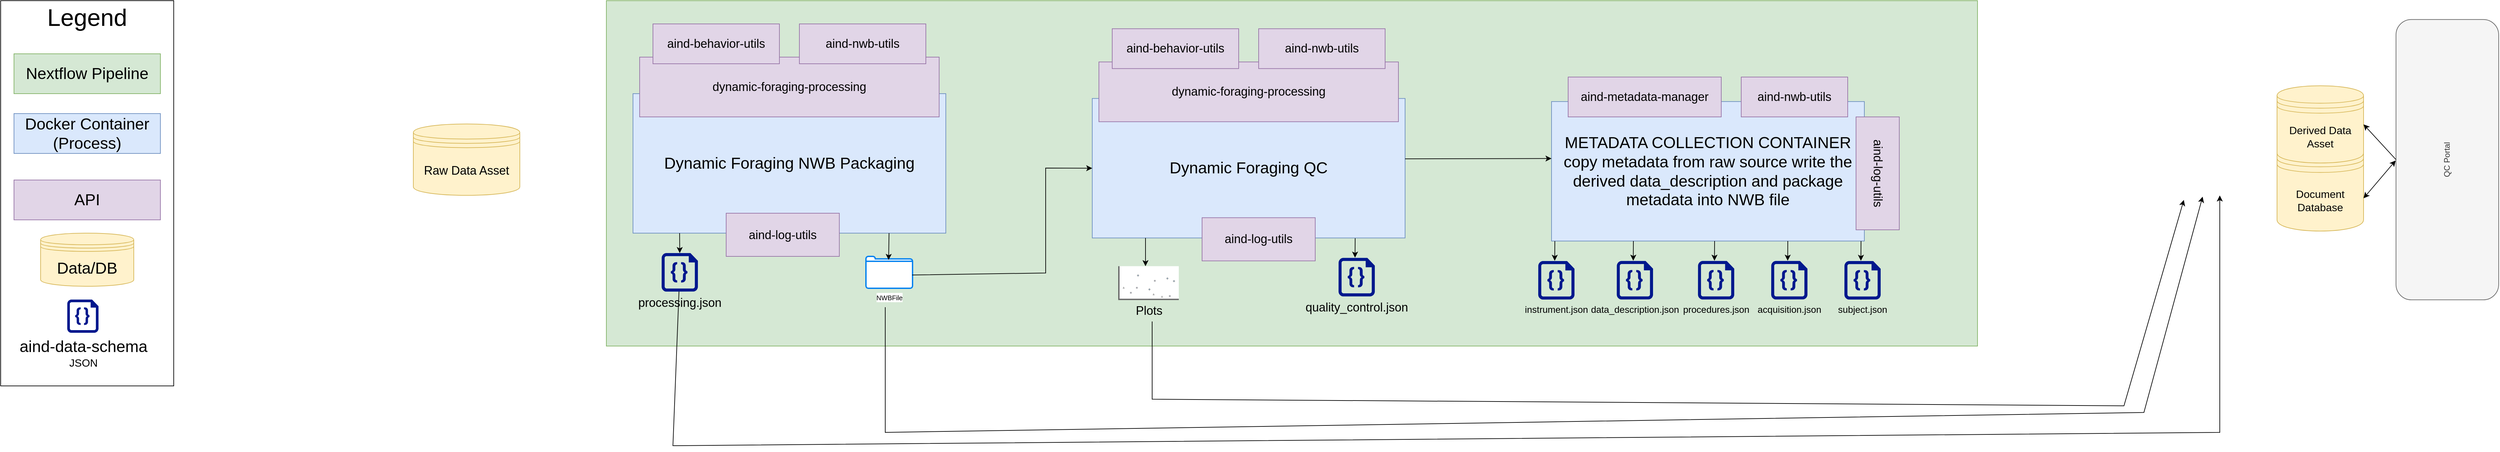
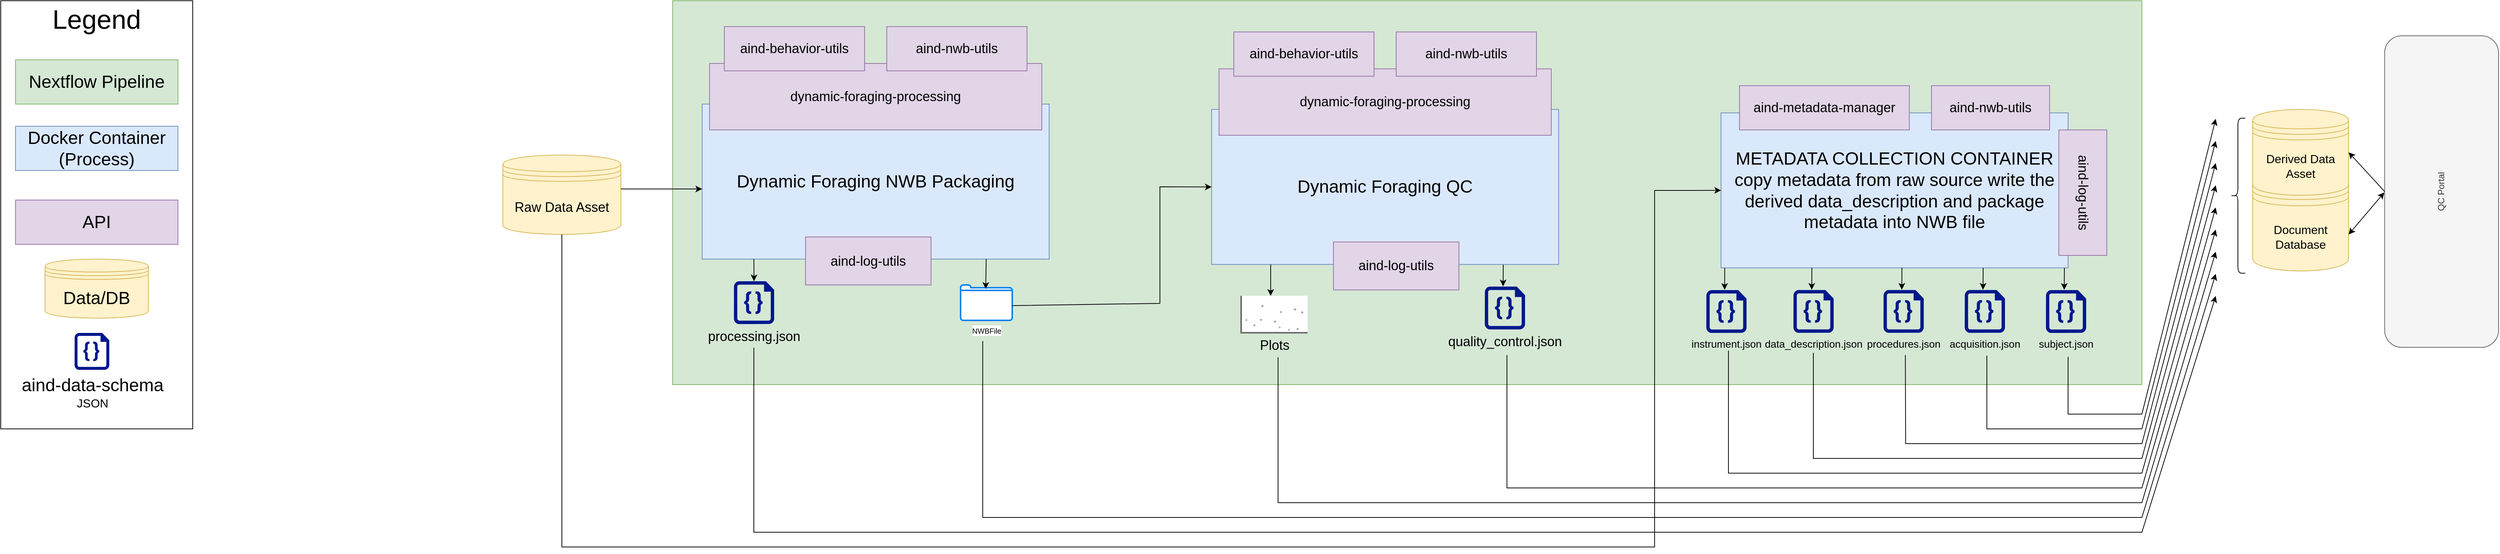
<mxfile host="Electron" agent="Mozilla/5.0 (Windows NT 10.0; Win64; x64) AppleWebKit/537.36 (KHTML, like Gecko) draw.io/29.2.9 Chrome/140.0.7339.249 Electron/38.7.2 Safari/537.36" version="29.2.9">
  <diagram name="Page-1" id="vGwxghS2Jf0l3ObwOOUD">
-     <mxGraphModel dx="1209" dy="917" grid="1" gridSize="10" guides="1" tooltips="1" connect="1" arrows="1" fold="1" page="1" pageScale="1" pageWidth="850" pageHeight="1100" math="0" shadow="0">
+     <mxGraphModel dx="2376" dy="1311" grid="1" gridSize="10" guides="1" tooltips="1" connect="1" arrows="1" fold="1" page="1" pageScale="1" pageWidth="850" pageHeight="1100" math="0" shadow="0">
      <root>
        <mxCell id="0" />
        <mxCell id="1" parent="0" />
        <mxCell id="ucD0ku87yjtAbwI87e6s-2" parent="1" style="rounded=0;whiteSpace=wrap;html=1;fillColor=#d5e8d4;strokeColor=#82b366;" value="" vertex="1">
-           <mxGeometry height="520" width="2060" x="1430" y="360" as="geometry" />
+           <mxGeometry height="520" width="1990" x="1430" y="360" as="geometry" />
        </mxCell>
        <mxCell id="ucD0ku87yjtAbwI87e6s-4" parent="1" style="shape=datastore;whiteSpace=wrap;html=1;fillColor=#fff2cc;strokeColor=#d6b656;" value="&lt;font style=&quot;font-size: 18px;&quot;&gt;Raw Data Asset&lt;/font&gt;" vertex="1">
-           <mxGeometry height="107.5" width="160" x="1140" y="545.6" as="geometry" />
+           <mxGeometry height="107.5" width="160" x="1200" y="568.97" as="geometry" />
        </mxCell>
        <mxCell id="ucD0ku87yjtAbwI87e6s-8" parent="1" style="rounded=0;whiteSpace=wrap;html=1;fillColor=#dae8fc;strokeColor=#6c8ebf;" value="&lt;span style=&quot;font-size: 24px;&quot;&gt;METADATA COLLECTION CONTAINER&lt;/span&gt;&lt;br&gt;&lt;div&gt;&lt;font style=&quot;font-size: 24px;&quot;&gt;copy metadata from raw source write the derived data_description and package metadata into NWB file&lt;/font&gt;&lt;/div&gt;" vertex="1">
          <mxGeometry height="210" width="470" x="2850" y="511.88" as="geometry" />
        </mxCell>
        <mxCell id="ucD0ku87yjtAbwI87e6s-9" parent="1" style="rounded=0;whiteSpace=wrap;html=1;fillColor=#e1d5e7;strokeColor=#9673a6;" value="&lt;font style=&quot;font-size: 18px;&quot;&gt;aind-metadata-manager&lt;/font&gt;" vertex="1">
          <mxGeometry height="60" width="230" x="2875" y="475" as="geometry" />
        </mxCell>
        <mxCell id="ucD0ku87yjtAbwI87e6s-10" parent="1" style="rounded=0;whiteSpace=wrap;html=1;rotation=90;fillColor=#e1d5e7;strokeColor=#9673a6;" value="&lt;font style=&quot;font-size: 18px;&quot;&gt;aind-log-utils&lt;/font&gt;" vertex="1">
          <mxGeometry height="65" width="170" x="3255" y="587.5" as="geometry" />
        </mxCell>
        <mxCell id="ucD0ku87yjtAbwI87e6s-11" parent="1" style="rounded=0;whiteSpace=wrap;html=1;fillColor=#e1d5e7;strokeColor=#9673a6;" value="&lt;font style=&quot;font-size: 18px;&quot;&gt;aind-nwb-utils&lt;/font&gt;" vertex="1">
          <mxGeometry height="60" width="160" x="3135" y="475" as="geometry" />
        </mxCell>
        <mxCell id="ucD0ku87yjtAbwI87e6s-12" connectable="0" parent="1" style="group;fillColor=#fff2cc;strokeColor=#d6b656;" value="" vertex="1">
          <mxGeometry height="580" width="260" x="520" y="360" as="geometry" />
        </mxCell>
        <mxCell id="ucD0ku87yjtAbwI87e6s-13" parent="ucD0ku87yjtAbwI87e6s-12" style="rounded=0;whiteSpace=wrap;html=1;" value="" vertex="1">
          <mxGeometry height="580" width="260" as="geometry" />
        </mxCell>
        <mxCell id="ucD0ku87yjtAbwI87e6s-14" parent="ucD0ku87yjtAbwI87e6s-12" style="text;html=1;whiteSpace=wrap;strokeColor=none;fillColor=none;align=center;verticalAlign=middle;rounded=0;" value="&lt;font style=&quot;font-size: 36px;&quot;&gt;Legend&lt;/font&gt;" vertex="1">
          <mxGeometry height="30" width="60" x="100" y="10" as="geometry" />
        </mxCell>
        <mxCell id="ucD0ku87yjtAbwI87e6s-15" parent="ucD0ku87yjtAbwI87e6s-12" style="rounded=0;whiteSpace=wrap;html=1;fillColor=#d5e8d4;strokeColor=#82b366;" value="&lt;font style=&quot;font-size: 24px;&quot;&gt;Nextflow Pipeline&lt;/font&gt;" vertex="1">
          <mxGeometry height="60" width="220" x="20" y="80" as="geometry" />
        </mxCell>
        <mxCell id="ucD0ku87yjtAbwI87e6s-16" parent="ucD0ku87yjtAbwI87e6s-12" style="rounded=0;whiteSpace=wrap;html=1;fillColor=#dae8fc;strokeColor=#6c8ebf;" value="&lt;font style=&quot;font-size: 24px;&quot;&gt;Docker Container (Process)&lt;/font&gt;" vertex="1">
          <mxGeometry height="60" width="220" x="20" y="170" as="geometry" />
        </mxCell>
        <mxCell id="ucD0ku87yjtAbwI87e6s-17" parent="ucD0ku87yjtAbwI87e6s-12" style="rounded=0;whiteSpace=wrap;html=1;fillColor=#e1d5e7;strokeColor=#9673a6;" value="&lt;font style=&quot;font-size: 24px;&quot;&gt;API&lt;/font&gt;" vertex="1">
          <mxGeometry height="60" width="220" x="20" y="270" as="geometry" />
        </mxCell>
        <mxCell id="ucD0ku87yjtAbwI87e6s-18" parent="ucD0ku87yjtAbwI87e6s-12" style="shape=datastore;whiteSpace=wrap;html=1;fillColor=#fff2cc;strokeColor=#d6b656;" value="&lt;font style=&quot;font-size: 24px;&quot;&gt;Data/DB&lt;/font&gt;" vertex="1">
          <mxGeometry height="80" width="140" x="60" y="350" as="geometry" />
        </mxCell>
        <mxCell id="ucD0ku87yjtAbwI87e6s-19" parent="ucD0ku87yjtAbwI87e6s-12" style="sketch=0;aspect=fixed;pointerEvents=1;shadow=0;dashed=0;html=1;strokeColor=none;labelPosition=center;verticalLabelPosition=bottom;verticalAlign=top;align=center;fillColor=#00188D;shape=mxgraph.azure.code_file" value="&lt;font style=&quot;font-size: 24px;&quot;&gt;aind-data-schema&lt;/font&gt;&lt;div&gt;&lt;font size=&quot;3&quot;&gt;JSON&lt;/font&gt;&lt;/div&gt;" vertex="1">
          <mxGeometry height="50" width="47" x="100" y="450" as="geometry" />
        </mxCell>
        <mxCell id="ucD0ku87yjtAbwI87e6s-22" parent="1" style="rounded=0;whiteSpace=wrap;html=1;fillColor=#dae8fc;strokeColor=#6c8ebf;" value="&lt;span style=&quot;font-size: 24px;&quot;&gt;Dynamic Foraging NWB Packaging&lt;/span&gt;" vertex="1">
          <mxGeometry height="210" width="470" x="1470" y="500" as="geometry" />
        </mxCell>
        <mxCell id="ucD0ku87yjtAbwI87e6s-23" parent="1" style="rounded=0;whiteSpace=wrap;html=1;fillColor=#e1d5e7;strokeColor=#9673a6;" value="&lt;font style=&quot;font-size: 18px;&quot;&gt;dynamic-foraging-processing&lt;/font&gt;" vertex="1">
          <mxGeometry height="90" width="450" x="1480" y="445" as="geometry" />
        </mxCell>
        <mxCell id="ucD0ku87yjtAbwI87e6s-24" parent="1" style="rounded=0;whiteSpace=wrap;html=1;fillColor=#e1d5e7;strokeColor=#9673a6;" value="&lt;font style=&quot;font-size: 18px;&quot;&gt;aind-nwb-utils&lt;/font&gt;" vertex="1">
          <mxGeometry height="60" width="190" x="1720" y="395" as="geometry" />
        </mxCell>
        <mxCell id="ucD0ku87yjtAbwI87e6s-25" parent="1" style="rounded=0;whiteSpace=wrap;html=1;fillColor=#e1d5e7;strokeColor=#9673a6;" value="&lt;font style=&quot;font-size: 18px;&quot;&gt;aind-behavior-utils&lt;/font&gt;" vertex="1">
          <mxGeometry height="60" width="190" x="1500" y="395" as="geometry" />
        </mxCell>
        <mxCell id="ucD0ku87yjtAbwI87e6s-26" parent="1" style="rounded=0;whiteSpace=wrap;html=1;rotation=0;fillColor=#e1d5e7;strokeColor=#9673a6;" value="&lt;font style=&quot;font-size: 18px;&quot;&gt;aind-log-utils&lt;/font&gt;" vertex="1">
          <mxGeometry height="65" width="170" x="1610" y="680" as="geometry" />
        </mxCell>
        <mxCell id="ucD0ku87yjtAbwI87e6s-33" parent="1" style="shape=datastore;whiteSpace=wrap;html=1;fillColor=#fff2cc;strokeColor=#d6b656;" value="&lt;font size=&quot;3&quot;&gt;Document Database&lt;/font&gt;" vertex="1">
-           <mxGeometry height="135" width="130" x="3940" y="571.88" as="geometry" />
+           <mxGeometry height="135" width="130" x="3570" y="591.01" as="geometry" />
        </mxCell>
        <mxCell id="ucD0ku87yjtAbwI87e6s-34" parent="1" style="shape=datastore;whiteSpace=wrap;html=1;fillColor=#fff2cc;strokeColor=#d6b656;" value="&lt;font size=&quot;3&quot;&gt;Derived Data Asset&lt;/font&gt;" vertex="1">
-           <mxGeometry height="116.25" width="130" x="3940" y="488.13" as="geometry" />
+           <mxGeometry height="116.25" width="130" x="3570" y="507.26" as="geometry" />
        </mxCell>
        <mxCell id="ucD0ku87yjtAbwI87e6s-37" parent="1" style="rounded=1;whiteSpace=wrap;html=1;rotation=-90;fillColor=#f5f5f5;strokeColor=#666666;fontColor=#333333;" value="QC Portal" vertex="1">
-           <mxGeometry height="154.25" width="422.06" x="3984.85" y="522.22" as="geometry" />
+           <mxGeometry height="154.25" width="422.06" x="3614.85" y="541.35" as="geometry" />
        </mxCell>
        <mxCell id="ucD0ku87yjtAbwI87e6s-38" edge="1" parent="1" source="ucD0ku87yjtAbwI87e6s-37" style="endArrow=classic;html=1;rounded=0;exitX=0.5;exitY=0;exitDx=0;exitDy=0;entryX=1;entryY=0.5;entryDx=0;entryDy=0;" target="ucD0ku87yjtAbwI87e6s-34" value="">
          <mxGeometry height="50" relative="1" width="50" as="geometry">
-             <mxPoint x="4110" y="567.5" as="sourcePoint" />
-             <mxPoint x="4080" y="807.5" as="targetPoint" />
+             <mxPoint x="3740" y="586.63" as="sourcePoint" />
+             <mxPoint x="3710" y="826.63" as="targetPoint" />
          </mxGeometry>
        </mxCell>
        <mxCell id="ucD0ku87yjtAbwI87e6s-39" edge="1" parent="1" style="endArrow=classic;startArrow=classic;html=1;rounded=0;entryX=0.497;entryY=-0.003;entryDx=0;entryDy=0;entryPerimeter=0;" target="ucD0ku87yjtAbwI87e6s-37" value="">
          <mxGeometry height="50" relative="1" width="50" as="geometry">
-             <mxPoint x="4070" y="657.5" as="sourcePoint" />
-             <mxPoint x="4120" y="607.5" as="targetPoint" />
+             <mxPoint x="3700" y="676.63" as="sourcePoint" />
+             <mxPoint x="3750" y="626.63" as="targetPoint" />
          </mxGeometry>
        </mxCell>
        <mxCell id="XBMijPbnRn5yzxOUSNuw-1" parent="1" style="sketch=0;aspect=fixed;pointerEvents=1;shadow=0;dashed=0;html=1;strokeColor=none;labelPosition=center;verticalLabelPosition=bottom;verticalAlign=top;align=center;fillColor=#00188D;shape=mxgraph.azure.code_file" value="&lt;span style=&quot;font-size: 18px;&quot;&gt;processing.json&lt;/span&gt;" vertex="1">
          <mxGeometry height="58" width="54.52" x="1513" y="740" as="geometry" />
        </mxCell>
        <mxCell id="XBMijPbnRn5yzxOUSNuw-2" parent="1" style="sketch=0;aspect=fixed;pointerEvents=1;shadow=0;dashed=0;html=1;strokeColor=none;labelPosition=center;verticalLabelPosition=bottom;verticalAlign=top;align=center;fillColor=#00188D;shape=mxgraph.azure.code_file" value="&lt;span style=&quot;font-size: 18px;&quot;&gt;quality_control.json&lt;/span&gt;" vertex="1">
          <mxGeometry height="58" width="54.52" x="2530" y="747.26" as="geometry" />
        </mxCell>
        <mxCell id="XBMijPbnRn5yzxOUSNuw-3" edge="1" parent="1" source="ucD0ku87yjtAbwI87e6s-22" style="endArrow=classic;html=1;rounded=0;exitX=0.149;exitY=1;exitDx=0;exitDy=0;exitPerimeter=0;entryX=0.5;entryY=0;entryDx=0;entryDy=0;entryPerimeter=0;" target="XBMijPbnRn5yzxOUSNuw-1" value="">
          <mxGeometry height="50" relative="1" width="50" as="geometry">
            <mxPoint x="1570" y="950" as="sourcePoint" />
            <mxPoint x="1620" y="900" as="targetPoint" />
          </mxGeometry>
        </mxCell>
        <mxCell id="XBMijPbnRn5yzxOUSNuw-4" edge="1" parent="1" style="endArrow=classic;html=1;rounded=0;exitX=0.149;exitY=1;exitDx=0;exitDy=0;exitPerimeter=0;entryX=0.455;entryY=-0.007;entryDx=0;entryDy=0;entryPerimeter=0;" target="XBMijPbnRn5yzxOUSNuw-2" value="">
          <mxGeometry height="50" relative="1" width="50" as="geometry">
            <mxPoint x="2555" y="717.26" as="sourcePoint" />
            <mxPoint x="2555" y="747.26" as="targetPoint" />
          </mxGeometry>
        </mxCell>
        <mxCell id="ac3s_IaSw4kxKbjggmrB-1" parent="1" style="rounded=0;whiteSpace=wrap;html=1;fillColor=#dae8fc;strokeColor=#6c8ebf;" value="&lt;div&gt;&lt;font style=&quot;font-size: 24px;&quot;&gt;Dynamic Foraging QC&lt;/font&gt;&lt;/div&gt;" vertex="1">
          <mxGeometry height="210" width="470" x="2160" y="507.26" as="geometry" />
        </mxCell>
        <mxCell id="ac3s_IaSw4kxKbjggmrB-3" parent="1" style="rounded=0;whiteSpace=wrap;html=1;rotation=0;fillColor=#e1d5e7;strokeColor=#9673a6;" value="&lt;font style=&quot;font-size: 18px;&quot;&gt;aind-log-utils&lt;/font&gt;" vertex="1">
          <mxGeometry height="65" width="170" x="2325" y="686.75" as="geometry" />
        </mxCell>
        <mxCell id="ac3s_IaSw4kxKbjggmrB-5" parent="1" style="rounded=0;whiteSpace=wrap;html=1;fillColor=#e1d5e7;strokeColor=#9673a6;" value="&lt;font style=&quot;font-size: 18px;&quot;&gt;dynamic-foraging-processing&lt;/font&gt;" vertex="1">
          <mxGeometry height="90" width="450" x="2170" y="452.25" as="geometry" />
        </mxCell>
        <mxCell id="ac3s_IaSw4kxKbjggmrB-6" parent="1" style="rounded=0;whiteSpace=wrap;html=1;fillColor=#e1d5e7;strokeColor=#9673a6;" value="&lt;font style=&quot;font-size: 18px;&quot;&gt;aind-nwb-utils&lt;/font&gt;" vertex="1">
          <mxGeometry height="60" width="190" x="2410" y="402.25" as="geometry" />
        </mxCell>
        <mxCell id="ac3s_IaSw4kxKbjggmrB-7" parent="1" style="rounded=0;whiteSpace=wrap;html=1;fillColor=#e1d5e7;strokeColor=#9673a6;" value="&lt;font style=&quot;font-size: 18px;&quot;&gt;aind-behavior-utils&lt;/font&gt;" vertex="1">
          <mxGeometry height="60" width="190" x="2190" y="402.25" as="geometry" />
        </mxCell>
        <mxCell id="ac3s_IaSw4kxKbjggmrB-8" parent="1" style="verticalLabelPosition=bottom;shadow=0;dashed=0;align=center;html=1;verticalAlign=top;strokeWidth=1;shape=mxgraph.mockup.graphics.plotChart;strokeColor=none;strokeColor2=#aaaaaa;strokeColor3=#666666;fillColor2=#99aaff,#0022ff,#008cff;" value="&lt;font style=&quot;font-size: 18px;&quot;&gt;Plots&lt;/font&gt;" vertex="1">
          <mxGeometry height="50" width="90" x="2200" y="759.74" as="geometry" />
        </mxCell>
        <mxCell id="ac3s_IaSw4kxKbjggmrB-10" edge="1" parent="1" style="endArrow=classic;html=1;rounded=0;exitX=0.149;exitY=1;exitDx=0;exitDy=0;exitPerimeter=0;" value="">
          <mxGeometry height="50" relative="1" width="50" as="geometry">
            <mxPoint x="2240" y="717.26" as="sourcePoint" />
            <mxPoint x="2240" y="759.74" as="targetPoint" />
          </mxGeometry>
        </mxCell>
        <mxCell id="ac3s_IaSw4kxKbjggmrB-11" parent="1" style="html=1;verticalLabelPosition=bottom;align=center;labelBackgroundColor=#ffffff;verticalAlign=top;strokeWidth=2;strokeColor=#0080F0;shadow=0;dashed=0;shape=mxgraph.ios7.icons.folder;" value="&lt;font size=&quot;1&quot;&gt;NWBFile&lt;/font&gt;" vertex="1">
          <mxGeometry height="48" width="70" x="1820" y="745" as="geometry" />
        </mxCell>
        <mxCell id="ac3s_IaSw4kxKbjggmrB-12" edge="1" parent="1" style="endArrow=classic;html=1;rounded=0;exitX=0.149;exitY=1;exitDx=0;exitDy=0;exitPerimeter=0;entryX=0.486;entryY=0.111;entryDx=0;entryDy=0;entryPerimeter=0;" target="ac3s_IaSw4kxKbjggmrB-11" value="">
          <mxGeometry height="50" relative="1" width="50" as="geometry">
            <mxPoint x="1854.69" y="710" as="sourcePoint" />
            <mxPoint x="1854.69" y="740" as="targetPoint" />
          </mxGeometry>
        </mxCell>
-         <mxCell id="ac3s_IaSw4kxKbjggmrB-14" edge="1" parent="1" style="endArrow=classic;html=1;rounded=0;exitX=0.999;exitY=0.535;exitDx=0;exitDy=0;exitPerimeter=0;" value="">
-           <mxGeometry height="50" relative="1" width="50" as="geometry">
-             <mxPoint x="2630" y="598.17" as="sourcePoint" />
-             <mxPoint x="2850" y="597.67" as="targetPoint" />
-           </mxGeometry>
-         </mxCell>
        <mxCell id="ac3s_IaSw4kxKbjggmrB-15" parent="1" style="sketch=0;aspect=fixed;pointerEvents=1;shadow=0;dashed=0;html=1;strokeColor=none;labelPosition=center;verticalLabelPosition=bottom;verticalAlign=top;align=center;fillColor=#00188D;shape=mxgraph.azure.code_file" value="&lt;font style=&quot;font-size: 14px;&quot;&gt;data_description.json&lt;/font&gt;" vertex="1">
          <mxGeometry height="58" width="54.52" x="2948" y="751.88" as="geometry" />
        </mxCell>
        <mxCell id="ac3s_IaSw4kxKbjggmrB-16" edge="1" parent="1" style="endArrow=classic;html=1;rounded=0;exitX=0.149;exitY=1;exitDx=0;exitDy=0;exitPerimeter=0;entryX=0.455;entryY=-0.007;entryDx=0;entryDy=0;entryPerimeter=0;" target="ac3s_IaSw4kxKbjggmrB-15" value="">
          <mxGeometry height="50" relative="1" width="50" as="geometry">
            <mxPoint x="2973" y="721.88" as="sourcePoint" />
            <mxPoint x="2973" y="751.88" as="targetPoint" />
          </mxGeometry>
        </mxCell>
        <mxCell id="ac3s_IaSw4kxKbjggmrB-19" parent="1" style="sketch=0;aspect=fixed;pointerEvents=1;shadow=0;dashed=0;html=1;strokeColor=none;labelPosition=center;verticalLabelPosition=bottom;verticalAlign=top;align=center;fillColor=#00188D;shape=mxgraph.azure.code_file" value="&lt;font style=&quot;font-size: 14px;&quot;&gt;acquisition.json&lt;/font&gt;" vertex="1">
          <mxGeometry height="58" width="54.52" x="3180" y="751.88" as="geometry" />
        </mxCell>
        <mxCell id="ac3s_IaSw4kxKbjggmrB-20" edge="1" parent="1" style="endArrow=classic;html=1;rounded=0;exitX=0.149;exitY=1;exitDx=0;exitDy=0;exitPerimeter=0;entryX=0.455;entryY=-0.007;entryDx=0;entryDy=0;entryPerimeter=0;" target="ac3s_IaSw4kxKbjggmrB-19" value="">
          <mxGeometry height="50" relative="1" width="50" as="geometry">
            <mxPoint x="3205" y="721.88" as="sourcePoint" />
            <mxPoint x="3205" y="751.88" as="targetPoint" />
          </mxGeometry>
        </mxCell>
        <mxCell id="ac3s_IaSw4kxKbjggmrB-23" parent="1" style="sketch=0;aspect=fixed;pointerEvents=1;shadow=0;dashed=0;html=1;strokeColor=none;labelPosition=center;verticalLabelPosition=bottom;verticalAlign=top;align=center;fillColor=#00188D;shape=mxgraph.azure.code_file" value="&lt;font style=&quot;font-size: 14px;&quot;&gt;instrument.json&lt;/font&gt;" vertex="1">
          <mxGeometry height="58" width="54.52" x="2830" y="752" as="geometry" />
        </mxCell>
        <mxCell id="ac3s_IaSw4kxKbjggmrB-24" edge="1" parent="1" style="endArrow=classic;html=1;rounded=0;exitX=0.149;exitY=1;exitDx=0;exitDy=0;exitPerimeter=0;entryX=0.455;entryY=-0.007;entryDx=0;entryDy=0;entryPerimeter=0;" target="ac3s_IaSw4kxKbjggmrB-23" value="">
          <mxGeometry height="50" relative="1" width="50" as="geometry">
            <mxPoint x="2855" y="722" as="sourcePoint" />
            <mxPoint x="2855" y="752" as="targetPoint" />
          </mxGeometry>
        </mxCell>
        <mxCell id="ac3s_IaSw4kxKbjggmrB-25" parent="1" style="sketch=0;aspect=fixed;pointerEvents=1;shadow=0;dashed=0;html=1;strokeColor=none;labelPosition=center;verticalLabelPosition=bottom;verticalAlign=top;align=center;fillColor=#00188D;shape=mxgraph.azure.code_file" value="&lt;font style=&quot;font-size: 14px;&quot;&gt;subject.json&lt;/font&gt;" vertex="1">
          <mxGeometry height="58" width="54.52" x="3290" y="752" as="geometry" />
        </mxCell>
        <mxCell id="ac3s_IaSw4kxKbjggmrB-26" edge="1" parent="1" style="endArrow=classic;html=1;rounded=0;exitX=0.149;exitY=1;exitDx=0;exitDy=0;exitPerimeter=0;entryX=0.455;entryY=-0.007;entryDx=0;entryDy=0;entryPerimeter=0;" target="ac3s_IaSw4kxKbjggmrB-25" value="">
          <mxGeometry height="50" relative="1" width="50" as="geometry">
            <mxPoint x="3315" y="722" as="sourcePoint" />
            <mxPoint x="3315" y="752" as="targetPoint" />
          </mxGeometry>
        </mxCell>
        <mxCell id="ac3s_IaSw4kxKbjggmrB-27" parent="1" style="sketch=0;aspect=fixed;pointerEvents=1;shadow=0;dashed=0;html=1;strokeColor=none;labelPosition=center;verticalLabelPosition=bottom;verticalAlign=top;align=center;fillColor=#00188D;shape=mxgraph.azure.code_file" value="&lt;font style=&quot;font-size: 14px;&quot;&gt;procedures.json&lt;/font&gt;" vertex="1">
          <mxGeometry height="58" width="54.52" x="3070" y="751.88" as="geometry" />
        </mxCell>
        <mxCell id="ac3s_IaSw4kxKbjggmrB-28" edge="1" parent="1" style="endArrow=classic;html=1;rounded=0;exitX=0.149;exitY=1;exitDx=0;exitDy=0;exitPerimeter=0;entryX=0.455;entryY=-0.007;entryDx=0;entryDy=0;entryPerimeter=0;" target="ac3s_IaSw4kxKbjggmrB-27" value="">
          <mxGeometry height="50" relative="1" width="50" as="geometry">
            <mxPoint x="3095" y="721.88" as="sourcePoint" />
            <mxPoint x="3095" y="751.88" as="targetPoint" />
          </mxGeometry>
        </mxCell>
-         <mxCell id="ac3s_IaSw4kxKbjggmrB-29" edge="1" parent="1" source="XBMijPbnRn5yzxOUSNuw-1" style="endArrow=classic;html=1;rounded=0;entryX=0.85;entryY=0.95;entryDx=0;entryDy=0;entryPerimeter=0;" value="">
-           <mxGeometry height="50" relative="1" width="50" as="geometry">
-             <Array as="points">
-               <mxPoint x="1530" y="1030" />
-               <mxPoint x="3854" y="1010" />
-             </Array>
-             <mxPoint x="1530" y="940" as="sourcePoint" />
-             <mxPoint x="3854" y="653.2764999999997" as="targetPoint" />
-           </mxGeometry>
-         </mxCell>
-         <mxCell id="ac3s_IaSw4kxKbjggmrB-30" edge="1" parent="1" style="endArrow=classic;html=1;rounded=0;entryX=0.666;entryY=0.965;entryDx=0;entryDy=0;entryPerimeter=0;" value="">
-           <mxGeometry height="50" relative="1" width="50" as="geometry">
-             <Array as="points">
-               <mxPoint x="1849" y="1010" />
-               <mxPoint x="3740" y="980" />
-             </Array>
-             <mxPoint x="1849" y="821.47" as="sourcePoint" />
-             <mxPoint x="3828.24" y="655.10455" as="targetPoint" />
+         <mxCell id="ac3s_IaSw4kxKbjggmrB-29" edge="1" parent="1" style="endArrow=classic;html=1;rounded=0;" value="">
+           <mxGeometry height="50" relative="1" width="50" as="geometry">
+             <Array as="points">
+               <mxPoint x="1540" y="1080" />
+               <mxPoint x="3420" y="1080" />
+             </Array>
+             <mxPoint x="1540" y="830" as="sourcePoint" />
+             <mxPoint x="3520" y="760" as="targetPoint" />
+           </mxGeometry>
+         </mxCell>
+         <mxCell id="ac3s_IaSw4kxKbjggmrB-30" edge="1" parent="1" style="endArrow=classic;html=1;rounded=0;" value="">
+           <mxGeometry height="50" relative="1" width="50" as="geometry">
+             <Array as="points">
+               <mxPoint x="1850" y="1060" />
+               <mxPoint x="3420" y="1060" />
+             </Array>
+             <mxPoint x="1850" y="821" as="sourcePoint" />
+             <mxPoint x="3520" y="730" as="targetPoint" />
          </mxGeometry>
        </mxCell>
        <mxCell id="ac3s_IaSw4kxKbjggmrB-31" edge="1" parent="1" style="endArrow=classic;html=1;rounded=0;" value="">
          <mxGeometry height="50" relative="1" width="50" as="geometry">
            <Array as="points">
-               <mxPoint x="2250" y="960" />
-               <mxPoint x="3710" y="970" />
+               <mxPoint x="2250" y="1040" />
+               <mxPoint x="3420" y="1040" />
            </Array>
            <mxPoint x="2250" y="842.94" as="sourcePoint" />
-             <mxPoint x="3800" y="660" as="targetPoint" />
+             <mxPoint x="3520" y="700" as="targetPoint" />
          </mxGeometry>
        </mxCell>
        <mxCell id="ac3s_IaSw4kxKbjggmrB-33" edge="1" parent="1" source="ac3s_IaSw4kxKbjggmrB-11" style="endArrow=classic;html=1;rounded=0;entryX=0;entryY=0.5;entryDx=0;entryDy=0;exitX=0.992;exitY=0.583;exitDx=0;exitDy=0;exitPerimeter=0;" target="ac3s_IaSw4kxKbjggmrB-1" value="">
          <mxGeometry height="50" relative="1" width="50" as="geometry">
            <Array as="points">
              <mxPoint x="2090" y="770" />
              <mxPoint x="2090" y="612" />
            </Array>
            <mxPoint x="1900" y="770" as="sourcePoint" />
            <mxPoint x="1950" y="720" as="targetPoint" />
+           </mxGeometry>
+         </mxCell>
+         <mxCell id="ac3s_IaSw4kxKbjggmrB-34" edge="1" parent="1" style="endArrow=classic;html=1;rounded=0;" value="">
+           <mxGeometry height="50" relative="1" width="50" as="geometry">
+             <mxPoint x="1360" y="615" as="sourcePoint" />
+             <mxPoint x="1470" y="615" as="targetPoint" />
+           </mxGeometry>
+         </mxCell>
+         <mxCell id="ac3s_IaSw4kxKbjggmrB-35" edge="1" parent="1" source="ucD0ku87yjtAbwI87e6s-4" style="endArrow=classic;html=1;rounded=0;entryX=0;entryY=0.5;entryDx=0;entryDy=0;exitX=0.5;exitY=1;exitDx=0;exitDy=0;" target="ucD0ku87yjtAbwI87e6s-8" value="">
+           <mxGeometry height="50" relative="1" width="50" as="geometry">
+             <Array as="points">
+               <mxPoint x="1280" y="1100" />
+               <mxPoint x="2760" y="1100" />
+               <mxPoint x="2760" y="617" />
+             </Array>
+             <mxPoint x="1296" y="596.85" as="sourcePoint" />
+             <mxPoint x="1470" y="601.85" as="targetPoint" />
+           </mxGeometry>
+         </mxCell>
+         <mxCell id="ac3s_IaSw4kxKbjggmrB-38" parent="1" style="shape=curlyBracket;whiteSpace=wrap;html=1;rounded=1;labelPosition=left;verticalLabelPosition=middle;align=right;verticalAlign=middle;" value="" vertex="1">
+           <mxGeometry height="210" width="20" x="3540" y="519.13" as="geometry" />
+         </mxCell>
+         <mxCell id="ac3s_IaSw4kxKbjggmrB-39" edge="1" parent="1" style="endArrow=classic;html=1;rounded=0;" value="">
+           <mxGeometry height="50" relative="1" width="50" as="geometry">
+             <Array as="points">
+               <mxPoint x="2560" y="1020" />
+               <mxPoint x="3420" y="1020" />
+             </Array>
+             <mxPoint x="2560" y="840.12" as="sourcePoint" />
+             <mxPoint x="3520" y="670" as="targetPoint" />
+           </mxGeometry>
+         </mxCell>
+         <mxCell id="ac3s_IaSw4kxKbjggmrB-41" edge="1" parent="1" style="endArrow=classic;html=1;rounded=0;" value="">
+           <mxGeometry height="50" relative="1" width="50" as="geometry">
+             <Array as="points">
+               <mxPoint x="2860" y="1000" />
+               <mxPoint x="3420" y="1000" />
+             </Array>
+             <mxPoint x="2860" y="833.9507692307693" as="sourcePoint" />
+             <mxPoint x="3520" y="640" as="targetPoint" />
+           </mxGeometry>
+         </mxCell>
+         <mxCell id="ac3s_IaSw4kxKbjggmrB-42" edge="1" parent="1" style="endArrow=classic;html=1;rounded=0;" value="">
+           <mxGeometry height="50" relative="1" width="50" as="geometry">
+             <Array as="points">
+               <mxPoint x="2975" y="980" />
+               <mxPoint x="3420" y="980" />
+             </Array>
+             <mxPoint x="2975" y="837.0507692307693" as="sourcePoint" />
+             <mxPoint x="3520" y="610" as="targetPoint" />
+           </mxGeometry>
+         </mxCell>
+         <mxCell id="ac3s_IaSw4kxKbjggmrB-43" edge="1" parent="1" source="ucD0ku87yjtAbwI87e6s-2" style="endArrow=classic;html=1;rounded=0;exitX=0.839;exitY=0.923;exitDx=0;exitDy=0;exitPerimeter=0;" value="">
+           <mxGeometry height="50" relative="1" width="50" as="geometry">
+             <Array as="points">
+               <mxPoint x="3100" y="960" />
+               <mxPoint x="3420" y="960" />
+             </Array>
+             <mxPoint x="3090" y="840" as="sourcePoint" />
+             <mxPoint x="3520" y="580" as="targetPoint" />
+           </mxGeometry>
+         </mxCell>
+         <mxCell id="ac3s_IaSw4kxKbjggmrB-45" edge="1" parent="1" style="endArrow=classic;html=1;rounded=0;" value="">
+           <mxGeometry height="50" relative="1" width="50" as="geometry">
+             <Array as="points">
+               <mxPoint x="3210" y="940" />
+               <mxPoint x="3420" y="940" />
+             </Array>
+             <mxPoint x="3210" y="840.8107692307693" as="sourcePoint" />
+             <mxPoint x="3520" y="550" as="targetPoint" />
+           </mxGeometry>
+         </mxCell>
+         <mxCell id="ac3s_IaSw4kxKbjggmrB-46" edge="1" parent="1" style="endArrow=classic;html=1;rounded=0;" value="">
+           <mxGeometry height="50" relative="1" width="50" as="geometry">
+             <Array as="points">
+               <mxPoint x="3320" y="920" />
+               <mxPoint x="3420" y="920" />
+             </Array>
+             <mxPoint x="3320" y="842.4307692307694" as="sourcePoint" />
+             <mxPoint x="3520" y="520" as="targetPoint" />
          </mxGeometry>
        </mxCell>
      </root>
    </mxGraphModel>
  </diagram>
</mxfile>
